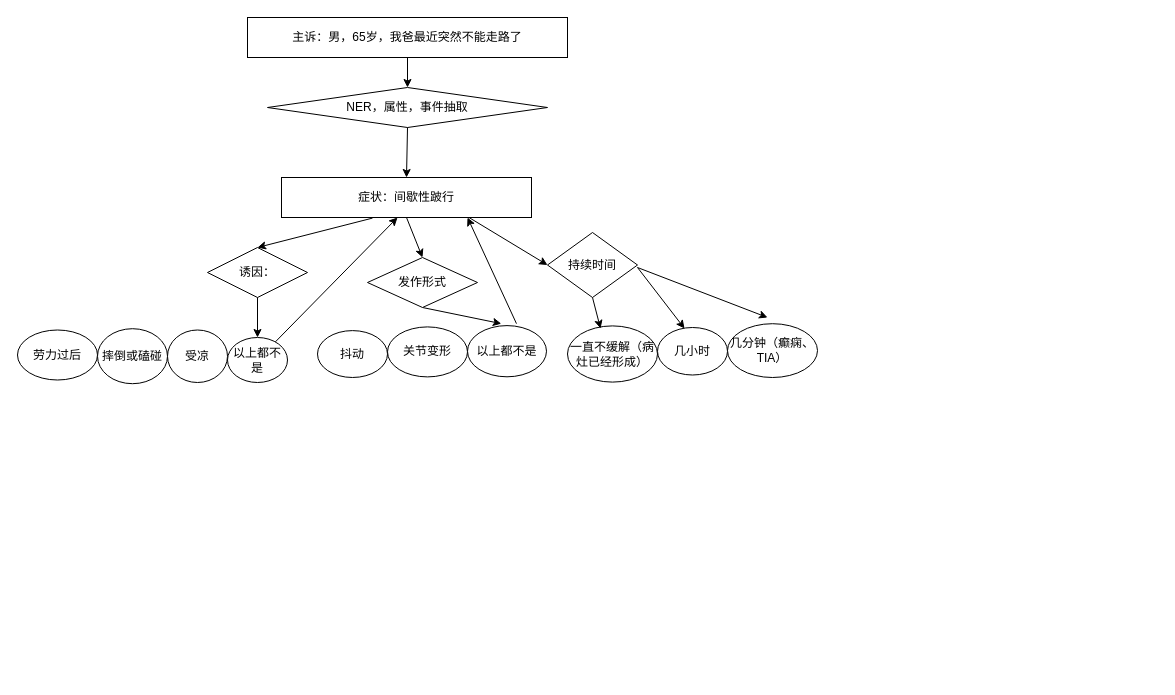
This is Untitled Diagram.drawio from tlc85/lc-repository, a draw.io file, before an edit. Source tidied: cells renumbered, new cells numbered last; positions are measured from the earlier drawing's top-left corner, leaving out a move shared by most shapes. Both pictures are drawn from the tidied source at 100%, with x=0, y=0 at pixel (17, 17).
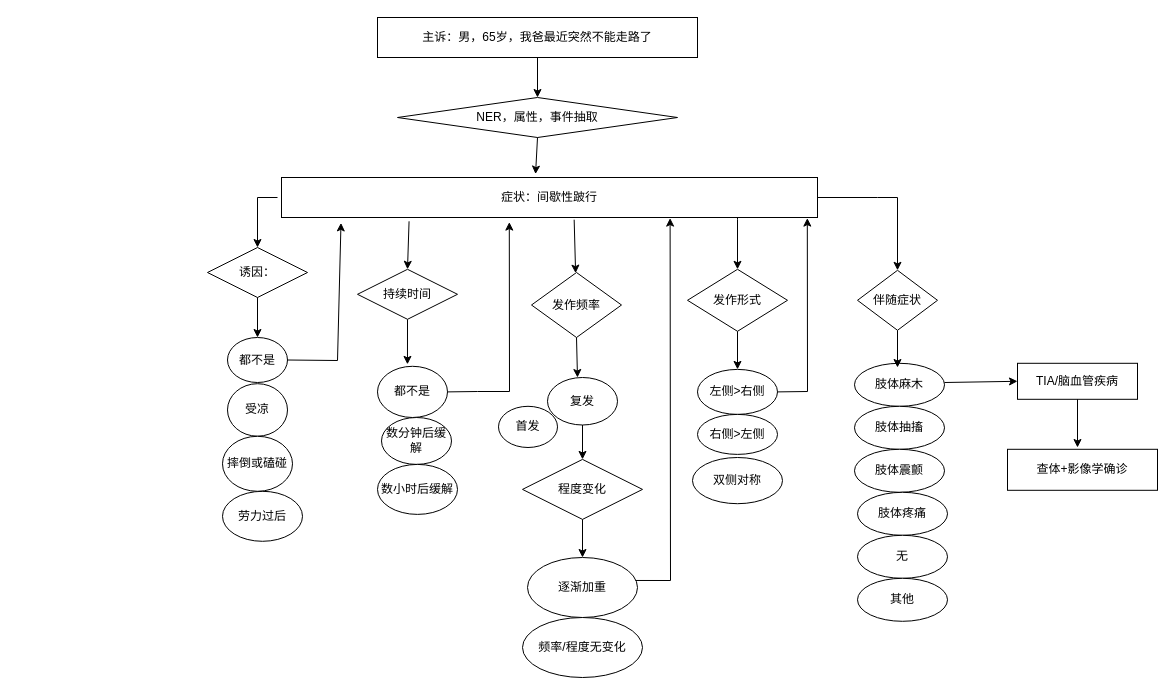
After the change.

Unchanged cells that the change refers to:
```xml
<mxCell id="5" value="诱因：" style="rhombus;whiteSpace=wrap;html=1;" parent="1" vertex="1">
  <mxGeometry x="190" y="230" width="100" height="50" as="geometry" />
</mxCell>
```

The edit, as a diff of the source:
```diff
@@
     <mxCell id="2" value="症状：间歇性跛行" style="rounded=0;whiteSpace=wrap;html=1;" parent="1" vertex="1">
-      <mxGeometry x="264" y="160" width="250" height="40" as="geometry" />
+      <mxGeometry x="264" y="160" width="536" height="40" as="geometry" />
     </mxCell>
     <mxCell id="3" value="主诉：男，65岁，我爸最近突然不能走路了" style="rounded=0;whiteSpace=wrap;html=1;" parent="1" vertex="1">
-      <mxGeometry x="230" width="320" height="40" as="geometry" />
+      <mxGeometry x="360" width="320" height="40" as="geometry" />
     </mxCell>
     <mxCell id="4" value="NER，属性，事件抽取" style="rhombus;whiteSpace=wrap;html=1;" parent="1" vertex="1">
-      <mxGeometry x="250" y="70" width="280" height="40" as="geometry" />
+      <mxGeometry x="380" y="80" width="280" height="40" as="geometry" />
     </mxCell>
@@
     <mxCell id="6" value="劳力过后" style="ellipse;whiteSpace=wrap;html=1;" parent="1" vertex="1">
-      <mxGeometry y="312.5" width="80" height="50" as="geometry" />
+      <mxGeometry x="205" y="473.8" width="80" height="50" as="geometry" />
     </mxCell>
     <mxCell id="7" value="受凉" style="ellipse;whiteSpace=wrap;html=1;" parent="1" vertex="1">
-      <mxGeometry x="150" y="312.5" width="60" height="52.5" as="geometry" />
+      <mxGeometry x="210" y="366.2" width="60" height="52.5" as="geometry" />
     </mxCell>
     <mxCell id="8" value="摔倒或磕碰" style="ellipse;whiteSpace=wrap;html=1;" parent="1" vertex="1">
-      <mxGeometry x="80" y="311.2" width="70" height="55" as="geometry" />
+      <mxGeometry x="205" y="418.8" width="70" height="55" as="geometry" />
     </mxCell>
-    <mxCell id="9" value="以上都不是" style="ellipse;whiteSpace=wrap;html=1;" parent="1" vertex="1">
+    <mxCell id="9" value="都不是" style="ellipse;whiteSpace=wrap;html=1;" parent="1" vertex="1">
       <mxGeometry x="210" y="320" width="60" height="45" as="geometry" />
     </mxCell>
-    <mxCell id="10" style="endArrow=classic;html=1;rounded=0;entryX=0.5;entryY=0;entryDx=0;entryDy=0;exitX=0.5;exitY=1;exitDx=0;exitDy=0;" parent="1" edge="1" source="2" target="13">
+    <mxCell id="10" style="endArrow=classic;html=1;rounded=0;entryX=0.5;entryY=0;entryDx=0;entryDy=0;exitX=0.238;exitY=1.095;exitDx=0;exitDy=0;exitPerimeter=0;" parent="1" edge="1" source="2" target="13">
       <mxGeometry relative="1" as="geometry" />
     </mxCell>
@@
-    <mxCell id="12" style="endArrow=classic;html=1;rounded=0;entryX=0.464;entryY=1;entryDx=0;entryDy=0;entryPerimeter=0;" parent="1" edge="1" source="9" target="2">
-      <mxGeometry relative="1" as="geometry" />
+    <mxCell id="12" style="endArrow=classic;html=1;rounded=0;entryX=0.111;entryY=1.135;entryDx=0;entryDy=0;entryPerimeter=0;" parent="1" edge="1" source="9" target="2">
+      <mxGeometry relative="1" as="geometry">
+        <Array as="points">
+          <mxPoint x="320" y="343" />
+        </Array>
+      </mxGeometry>
     </mxCell>
-    <mxCell id="13" value="发作形式" style="rhombus;whiteSpace=wrap;html=1;" parent="1" vertex="1">
-      <mxGeometry x="350" y="240" width="110" height="50" as="geometry" />
+    <mxCell id="13" value="持续时间" style="rhombus;whiteSpace=wrap;html=1;" parent="1" vertex="1">
+      <mxGeometry x="340" y="251.8" width="100" height="50" as="geometry" />
     </mxCell>
-    <mxCell id="14" value="抖动" style="ellipse;whiteSpace=wrap;html=1;" parent="1" vertex="1">
-      <mxGeometry x="300" y="313.1" width="70" height="46.9" as="geometry" />
+    <mxCell id="14" value="数分钟后缓解" style="ellipse;whiteSpace=wrap;html=1;" parent="1" vertex="1">
+      <mxGeometry x="364" y="400" width="70" height="46.9" as="geometry" />
     </mxCell>
-    <mxCell id="15" value="关节变形" style="ellipse;whiteSpace=wrap;html=1;" parent="1" vertex="1">
-      <mxGeometry x="370" y="309.4" width="80" height="50" as="geometry" />
+    <mxCell id="15" value="数小时后缓解" style="ellipse;whiteSpace=wrap;html=1;" parent="1" vertex="1">
+      <mxGeometry x="360" y="446.9" width="80" height="50" as="geometry" />
     </mxCell>
-    <mxCell id="16" value="以上都不是" style="ellipse;whiteSpace=wrap;html=1;" parent="1" vertex="1">
-      <mxGeometry x="450" y="308.1" width="79" height="51.2" as="geometry" />
+    <mxCell id="16" value="都不是" style="ellipse;whiteSpace=wrap;html=1;" parent="1" vertex="1">
+      <mxGeometry x="360" y="348.8" width="70" height="51.2" as="geometry" />
     </mxCell>
-    <mxCell id="17" value="持续时间" style="rhombus;whiteSpace=wrap;html=1;" parent="1" vertex="1">
-      <mxGeometry x="530" y="215" width="90" height="65" as="geometry" />
+    <mxCell id="17" value="发作频率" style="rhombus;whiteSpace=wrap;html=1;" parent="1" vertex="1">
+      <mxGeometry x="514" y="255" width="90" height="65" as="geometry" />
     </mxCell>
-    <mxCell id="18" value="几分钟（癫痫、TIA）" style="ellipse;whiteSpace=wrap;html=1;" parent="1" vertex="1">
-      <mxGeometry x="710" y="306.2" width="90" height="53.8" as="geometry" />
-    </mxCell>
-    <mxCell id="19" value="几小时" style="ellipse;whiteSpace=wrap;html=1;" parent="1" vertex="1">
-      <mxGeometry x="640" y="310" width="70" height="47.5" as="geometry" />
+    <mxCell id="19" value="复发" style="ellipse;whiteSpace=wrap;html=1;" parent="1" vertex="1">
+      <mxGeometry x="530" y="360" width="70" height="47.5" as="geometry" />
     </mxCell>
-    <mxCell id="20" value="一直不缓解（病灶已经形成）" style="ellipse;whiteSpace=wrap;html=1;" parent="1" vertex="1">
-      <mxGeometry x="550" y="308.4" width="90" height="56.2" as="geometry" />
+    <mxCell id="20" value="首发" style="ellipse;whiteSpace=wrap;html=1;" parent="1" vertex="1">
+      <mxGeometry x="481" y="388.8" width="59" height="41.2" as="geometry" />
     </mxCell>
-    <mxCell id="21" style="endArrow=classic;html=1;rounded=0;entryX=0;entryY=0.5;entryDx=0;entryDy=0;exitX=0.75;exitY=1;exitDx=0;exitDy=0;" parent="1" edge="1" source="2" target="17">
+    <mxCell id="21" style="endArrow=classic;html=1;rounded=0;exitX=0.546;exitY=1.055;exitDx=0;exitDy=0;exitPerimeter=0;" parent="1" edge="1" source="2" target="17">
       <mxGeometry relative="1" as="geometry" />
     </mxCell>
-    <mxCell id="22" style="endArrow=classic;html=1;rounded=0;entryX=0.386;entryY=0.021;entryDx=0;entryDy=0;entryPerimeter=0;" parent="1" edge="1" target="19">
+    <mxCell id="22" style="endArrow=classic;html=1;rounded=0;exitX=0.5;exitY=1;exitDx=0;exitDy=0;" parent="1" edge="1" source="17">
       <mxGeometry relative="1" as="geometry">
-        <mxPoint x="620" y="250" as="sourcePoint" />
+        <mxPoint x="560" y="360" as="targetPoint" />
       </mxGeometry>
     </mxCell>
@@
-    <mxCell id="24" style="endArrow=classic;html=1;rounded=0;entryX=0.367;entryY=0.046;entryDx=0;entryDy=0;entryPerimeter=0;exitX=0.5;exitY=1;exitDx=0;exitDy=0;" parent="1" edge="1" source="17" target="20">
-      <mxGeometry relative="1" as="geometry" />
-    </mxCell>
-    <mxCell id="25" style="endArrow=classic;html=1;rounded=0;exitX=0.5;exitY=1;exitDx=0;exitDy=0;entryX=0.5;entryY=0;entryDx=0;entryDy=0;" parent="1" edge="1" source="4" target="2">
+    <mxCell id="25" style="endArrow=classic;html=1;rounded=0;exitX=0.5;exitY=1;exitDx=0;exitDy=0;entryX=0.474;entryY=-0.085;entryDx=0;entryDy=0;entryPerimeter=0;" parent="1" edge="1" source="4" target="2">
       <mxGeometry relative="1" as="geometry" />
     </mxCell>
-    <mxCell id="26" style="endArrow=classic;html=1;rounded=0;exitX=0.364;exitY=1.015;exitDx=0;exitDy=0;exitPerimeter=0;entryX=0.5;entryY=0;entryDx=0;entryDy=0;" parent="1" edge="1" source="2" target="5">
-      <mxGeometry relative="1" as="geometry" />
+    <mxCell id="26" style="endArrow=classic;html=1;rounded=0;entryX=0.5;entryY=0;entryDx=0;entryDy=0;" parent="1" edge="1" target="5">
+      <mxGeometry relative="1" as="geometry">
+        <mxPoint x="260" y="180" as="sourcePoint" />
+        <Array as="points">
+          <mxPoint x="240" y="180" />
+        </Array>
+      </mxGeometry>
     </mxCell>
@@
-    <mxCell id="28" style="endArrow=classic;html=1;rounded=0;" parent="1" edge="1">
-      <mxGeometry relative="1" as="geometry">
-        <mxPoint x="620" y="250" as="sourcePoint" />
-        <mxPoint x="750" y="300" as="targetPoint" />
-      </mxGeometry>
-    </mxCell>
-    <mxCell id="29" style="endArrow=classic;html=1;rounded=0;exitX=0.62;exitY=-0.038;exitDx=0;exitDy=0;exitPerimeter=0;" parent="1" edge="1" source="16">
+    <mxCell id="29" style="endArrow=classic;html=1;rounded=0;exitX=1;exitY=0.5;exitDx=0;exitDy=0;entryX=0.425;entryY=1.115;entryDx=0;entryDy=0;entryPerimeter=0;" parent="1" edge="1" source="16" target="2">
       <mxGeometry relative="1" as="geometry">
-        <mxPoint x="450" y="200" as="targetPoint" />
+        <Array as="points">
+          <mxPoint x="460" y="374" />
+          <mxPoint x="492" y="374" />
+        </Array>
       </mxGeometry>
     </mxCell>
+    <mxCell id="30" value="程度变化" style="rhombus;whiteSpace=wrap;html=1;" parent="1" vertex="1">
+      <mxGeometry x="505" y="441.9" width="120" height="60" as="geometry" />
+    </mxCell>
+    <mxCell id="31" style="endArrow=classic;html=1;rounded=0;entryX=0.5;entryY=0;entryDx=0;entryDy=0;exitX=0.5;exitY=1;exitDx=0;exitDy=0;" parent="1" edge="1" source="19" target="30">
+      <mxGeometry relative="1" as="geometry" />
+    </mxCell>
+    <mxCell id="32" value="频率/程度无变化" style="ellipse;whiteSpace=wrap;html=1;" parent="1" vertex="1">
+      <mxGeometry x="505" y="600" width="120" height="60" as="geometry" />
+    </mxCell>
+    <mxCell id="33" value="逐渐加重" style="ellipse;whiteSpace=wrap;html=1;" parent="1" vertex="1">
+      <mxGeometry x="510" y="540" width="110" height="60" as="geometry" />
+    </mxCell>
+    <mxCell id="34" style="endArrow=classic;html=1;rounded=0;exitX=0.5;exitY=1;exitDx=0;exitDy=0;" parent="1" edge="1" source="30" target="33">
+      <mxGeometry relative="1" as="geometry" />
+    </mxCell>
+    <mxCell id="35" value="发作形式" style="rhombus;whiteSpace=wrap;html=1;" parent="1" vertex="1">
+      <mxGeometry x="670" y="251.8" width="100" height="62" as="geometry" />
+    </mxCell>
+    <mxCell id="36" style="endArrow=classic;html=1;rounded=0;entryX=0.5;entryY=0;entryDx=0;entryDy=0;" parent="1" edge="1" target="42">
+      <mxGeometry relative="1" as="geometry">
+        <mxPoint x="800" y="180" as="sourcePoint" />
+        <Array as="points">
+          <mxPoint x="860" y="180" />
+          <mxPoint x="880" y="180" />
+        </Array>
+      </mxGeometry>
+    </mxCell>
+    <mxCell id="37" value="双侧对称" style="ellipse;whiteSpace=wrap;html=1;direction=south;" parent="1" vertex="1">
+      <mxGeometry x="675" y="440" width="90" height="46.2" as="geometry" />
+    </mxCell>
+    <mxCell id="38" value="左侧&amp;gt;右侧" style="ellipse;whiteSpace=wrap;html=1;" parent="1" vertex="1">
+      <mxGeometry x="680" y="351.9" width="80" height="45" as="geometry" />
+    </mxCell>
+    <mxCell id="39" value="右侧&amp;gt;左侧" style="ellipse;whiteSpace=wrap;html=1;" parent="1" vertex="1">
+      <mxGeometry x="680" y="396.9" width="80" height="40" as="geometry" />
+    </mxCell>
+    <mxCell id="40" style="endArrow=classic;html=1;rounded=0;exitX=0.5;exitY=1;exitDx=0;exitDy=0;entryX=0.5;entryY=0;entryDx=0;entryDy=0;" parent="1" edge="1" source="35" target="38">
+      <mxGeometry relative="1" as="geometry" />
+    </mxCell>
+    <mxCell id="41" style="endArrow=classic;html=1;rounded=0;exitX=0.982;exitY=0.383;exitDx=0;exitDy=0;exitPerimeter=0;entryX=0.725;entryY=1.015;entryDx=0;entryDy=0;entryPerimeter=0;" parent="1" edge="1" source="33" target="2">
+      <mxGeometry relative="1" as="geometry">
+        <Array as="points">
+          <mxPoint x="653" y="563" />
+        </Array>
+      </mxGeometry>
+    </mxCell>
+    <mxCell id="42" value="伴随症状" style="rhombus;whiteSpace=wrap;html=1;" parent="1" vertex="1">
+      <mxGeometry x="840" y="252.8" width="80" height="60" as="geometry" />
+    </mxCell>
+    <mxCell id="43" style="endArrow=classic;html=1;rounded=0;entryX=0.5;entryY=0;entryDx=0;entryDy=0;" parent="1" edge="1" target="35">
+      <mxGeometry relative="1" as="geometry">
+        <mxPoint x="720" y="200" as="sourcePoint" />
+        <Array as="points">
+          <mxPoint x="720" y="202" />
+        </Array>
+      </mxGeometry>
+    </mxCell>
+    <mxCell id="44" style="endArrow=classic;html=1;rounded=0;entryX=0.981;entryY=1.015;entryDx=0;entryDy=0;entryPerimeter=0;exitX=1;exitY=0.5;exitDx=0;exitDy=0;" parent="1" edge="1" source="38" target="2">
+      <mxGeometry relative="1" as="geometry">
+        <Array as="points">
+          <mxPoint x="790" y="374" />
+        </Array>
+      </mxGeometry>
+    </mxCell>
+    <mxCell id="45" value="肢体麻木" style="ellipse;whiteSpace=wrap;html=1;" parent="1" vertex="1">
+      <mxGeometry x="837" y="345.8" width="90" height="43" as="geometry" />
+    </mxCell>
+    <mxCell id="46" style="endArrow=classic;html=1;rounded=0;exitX=0.5;exitY=1;exitDx=0;exitDy=0;" parent="1" edge="1" source="42">
+      <mxGeometry relative="1" as="geometry">
+        <mxPoint x="880" y="350" as="targetPoint" />
+      </mxGeometry>
+    </mxCell>
+    <mxCell id="47" value="肢体抽搐" style="ellipse;whiteSpace=wrap;html=1;" parent="1" vertex="1">
+      <mxGeometry x="837" y="388.8" width="90" height="43" as="geometry" />
+    </mxCell>
+    <mxCell id="48" value="肢体震颤" style="ellipse;whiteSpace=wrap;html=1;" parent="1" vertex="1">
+      <mxGeometry x="837" y="431.8" width="90" height="43" as="geometry" />
+    </mxCell>
+    <mxCell id="49" value="肢体疼痛" style="ellipse;whiteSpace=wrap;html=1;" parent="1" vertex="1">
+      <mxGeometry x="840" y="474.8" width="90" height="43" as="geometry" />
+    </mxCell>
+    <mxCell id="50" value="无" style="ellipse;whiteSpace=wrap;html=1;" parent="1" vertex="1">
+      <mxGeometry x="840" y="517.8" width="90" height="43" as="geometry" />
+    </mxCell>
+    <mxCell id="51" value="其他" style="ellipse;whiteSpace=wrap;html=1;" parent="1" vertex="1">
+      <mxGeometry x="840" y="560.8" width="90" height="43" as="geometry" />
+    </mxCell>
+    <mxCell id="52" value="TIA/脑血管疾病" style="rounded=0;whiteSpace=wrap;html=1;" parent="1" vertex="1">
+      <mxGeometry x="1000" y="345.8" width="120" height="36" as="geometry" />
+    </mxCell>
+    <mxCell id="53" style="endArrow=classic;html=1;rounded=0;entryX=0;entryY=0.5;entryDx=0;entryDy=0;" parent="1" edge="1" target="52">
+      <mxGeometry relative="1" as="geometry">
+        <mxPoint x="927" y="365" as="sourcePoint" />
+      </mxGeometry>
+    </mxCell>
+    <mxCell id="54" value="查体+影像学确诊" style="rounded=0;whiteSpace=wrap;html=1;" parent="1" vertex="1">
+      <mxGeometry x="990" y="431.8" width="150" height="41" as="geometry" />
+    </mxCell>
+    <mxCell id="55" style="endArrow=classic;html=1;rounded=0;exitX=0.5;exitY=1;exitDx=0;exitDy=0;" parent="1" edge="1" source="52">
+      <mxGeometry relative="1" as="geometry">
+        <mxPoint x="1060" y="430" as="targetPoint" />
+      </mxGeometry>
+    </mxCell>
```
